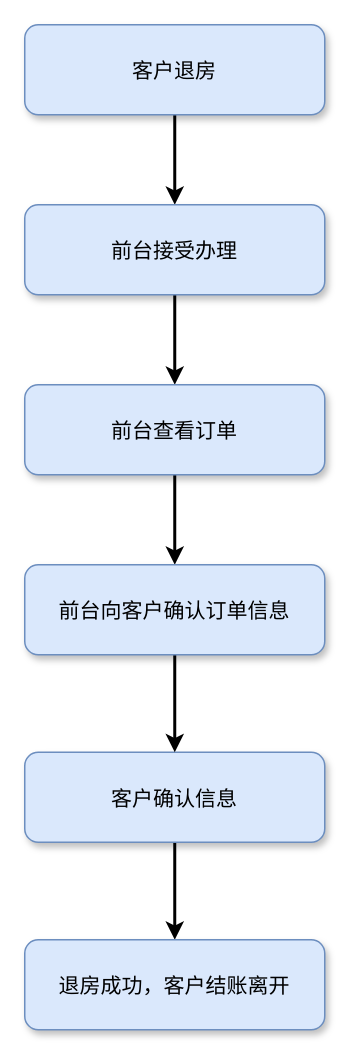
Before: docs/src/客户退房.drawio in AndSonder/smart-hotel-database, a draw.io diagram. Source tidied: cells renumbered, new cells numbered last; positions are measured from the earlier drawing's top-left corner, leaving out a move shared by most shapes. Both pictures are drawn from the tidied source at 150%, with x=0, y=0 at pixel (24, 24).
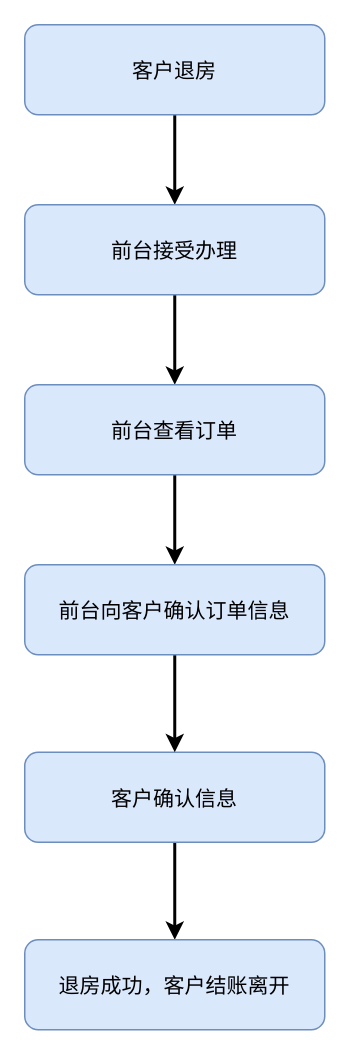
Above is the later version.

The edit, as a diff of the source:
```diff
@@
 <mxGraphModel>
   <root>
     <mxCell id="0" />
     <mxCell id="1" parent="0" />
-    <mxCell id="2" style="edgeStyle=orthogonalEdgeStyle;rounded=0;jettySize=auto;html=1;exitX=0.5;exitY=1;exitDx=0;exitDy=0;strokeWidth=2;" parent="1" edge="1" source="3" target="5">
+    <mxCell id="2" style="edgeStyle=orthogonalEdgeStyle;rounded=0;jettySize=auto;html=1;exitX=0.5;exitY=1;exitDx=0;exitDy=0;strokeWidth=2;shadow=0;" parent="1" edge="1" source="3" target="5">
       <mxGeometry relative="1" as="geometry" />
     </mxCell>
-    <mxCell id="3" value="客户退房" style="rounded=1;fillColor=#dae8fc;strokeColor=#6c8ebf;shadow=1;fontStyle=0;fontSize=14;" parent="1" vertex="1">
+    <mxCell id="3" value="客户退房" style="rounded=1;fillColor=#dae8fc;strokeColor=#6c8ebf;shadow=0;fontStyle=0;fontSize=14;" parent="1" vertex="1">
       <mxGeometry width="200" height="60" as="geometry" />
     </mxCell>
-    <mxCell id="4" style="edgeStyle=orthogonalEdgeStyle;rounded=0;jettySize=auto;html=1;exitX=0.5;exitY=1;exitDx=0;exitDy=0;entryX=0.5;entryY=0;entryDx=0;entryDy=0;strokeWidth=2;" parent="1" edge="1" source="5" target="10">
+    <mxCell id="4" style="edgeStyle=orthogonalEdgeStyle;rounded=0;jettySize=auto;html=1;exitX=0.5;exitY=1;exitDx=0;exitDy=0;entryX=0.5;entryY=0;entryDx=0;entryDy=0;strokeWidth=2;shadow=0;" parent="1" edge="1" source="5" target="10">
       <mxGeometry relative="1" as="geometry" />
     </mxCell>
-    <mxCell id="5" value="前台接受办理" style="rounded=1;fillColor=#dae8fc;strokeColor=#6c8ebf;shadow=1;fontStyle=0;fontSize=14;" parent="1" vertex="1">
+    <mxCell id="5" value="前台接受办理" style="rounded=1;fillColor=#dae8fc;strokeColor=#6c8ebf;shadow=0;fontStyle=0;fontSize=14;" parent="1" vertex="1">
       <mxGeometry y="120" width="200" height="60" as="geometry" />
     </mxCell>
-    <mxCell id="6" style="edgeStyle=orthogonalEdgeStyle;rounded=0;jettySize=auto;html=1;exitX=0.5;exitY=1;exitDx=0;exitDy=0;entryX=0.5;entryY=0;entryDx=0;entryDy=0;strokeWidth=2;" parent="1" edge="1" source="7" target="8">
+    <mxCell id="6" style="edgeStyle=orthogonalEdgeStyle;rounded=0;jettySize=auto;html=1;exitX=0.5;exitY=1;exitDx=0;exitDy=0;entryX=0.5;entryY=0;entryDx=0;entryDy=0;strokeWidth=2;shadow=0;" parent="1" edge="1" source="7" target="8">
       <mxGeometry relative="1" as="geometry" />
     </mxCell>
-    <mxCell id="7" value="客户确认信息" style="rounded=1;fillColor=#dae8fc;strokeColor=#6c8ebf;shadow=1;fontStyle=0;fontSize=14;" parent="1" vertex="1">
+    <mxCell id="7" value="客户确认信息" style="rounded=1;fillColor=#dae8fc;strokeColor=#6c8ebf;shadow=0;fontStyle=0;fontSize=14;" parent="1" vertex="1">
       <mxGeometry y="485" width="200" height="60" as="geometry" />
     </mxCell>
-    <mxCell id="8" value="退房成功，客户结账离开" style="rounded=1;fillColor=#dae8fc;strokeColor=#6c8ebf;shadow=1;fontStyle=0;fontSize=14;" parent="1" vertex="1">
+    <mxCell id="8" value="退房成功，客户结账离开" style="rounded=1;fillColor=#dae8fc;strokeColor=#6c8ebf;shadow=0;fontStyle=0;fontSize=14;" parent="1" vertex="1">
       <mxGeometry y="610" width="200" height="60" as="geometry" />
     </mxCell>
-    <mxCell id="9" style="edgeStyle=orthogonalEdgeStyle;rounded=0;jettySize=auto;html=1;exitX=0.5;exitY=1;exitDx=0;exitDy=0;entryX=0.5;entryY=0;entryDx=0;entryDy=0;strokeWidth=2;" parent="1" edge="1" source="10" target="12">
+    <mxCell id="9" style="edgeStyle=orthogonalEdgeStyle;rounded=0;jettySize=auto;html=1;exitX=0.5;exitY=1;exitDx=0;exitDy=0;entryX=0.5;entryY=0;entryDx=0;entryDy=0;strokeWidth=2;shadow=0;" parent="1" edge="1" source="10" target="12">
       <mxGeometry relative="1" as="geometry" />
     </mxCell>
-    <mxCell id="10" value="前台查看订单" style="rounded=1;fillColor=#dae8fc;strokeColor=#6c8ebf;shadow=1;fontStyle=0;fontSize=14;" parent="1" vertex="1">
+    <mxCell id="10" value="前台查看订单" style="rounded=1;fillColor=#dae8fc;strokeColor=#6c8ebf;shadow=0;fontStyle=0;fontSize=14;" parent="1" vertex="1">
       <mxGeometry y="240" width="200" height="60" as="geometry" />
     </mxCell>
-    <mxCell id="11" style="edgeStyle=orthogonalEdgeStyle;rounded=0;jettySize=auto;html=1;exitX=0.5;exitY=1;exitDx=0;exitDy=0;strokeWidth=2;" parent="1" edge="1" source="12" target="7">
+    <mxCell id="11" style="edgeStyle=orthogonalEdgeStyle;rounded=0;jettySize=auto;html=1;exitX=0.5;exitY=1;exitDx=0;exitDy=0;strokeWidth=2;shadow=0;" parent="1" edge="1" source="12" target="7">
       <mxGeometry relative="1" as="geometry" />
     </mxCell>
-    <mxCell id="12" value="前台向客户确认订单信息" style="rounded=1;fillColor=#dae8fc;strokeColor=#6c8ebf;shadow=1;fontStyle=0;fontSize=14;" parent="1" vertex="1">
+    <mxCell id="12" value="前台向客户确认订单信息" style="rounded=1;fillColor=#dae8fc;strokeColor=#6c8ebf;shadow=0;fontStyle=0;fontSize=14;" parent="1" vertex="1">
       <mxGeometry y="360" width="200" height="60" as="geometry" />
     </mxCell>
   </root>
 </mxGraphModel>
```
